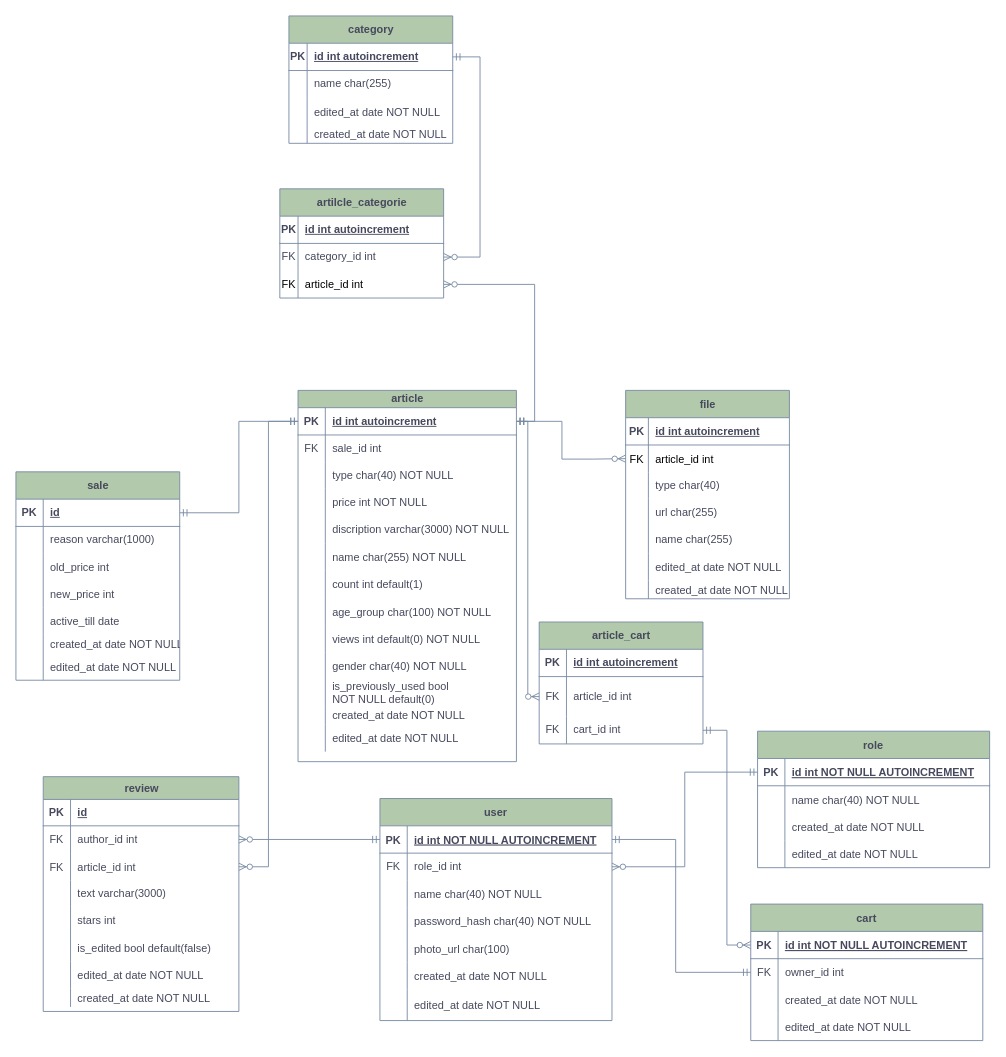
Above: online-store.drawio in mkloz/online-store-backend (draw.io), before the change. Source tidied: cells renumbered, new cells numbered last; positions are measured from the earlier drawing's top-left corner, leaving out a move shared by most shapes. Both pictures are drawn from the tidied source at 91%, with x=0, y=0 at pixel (15, 15).
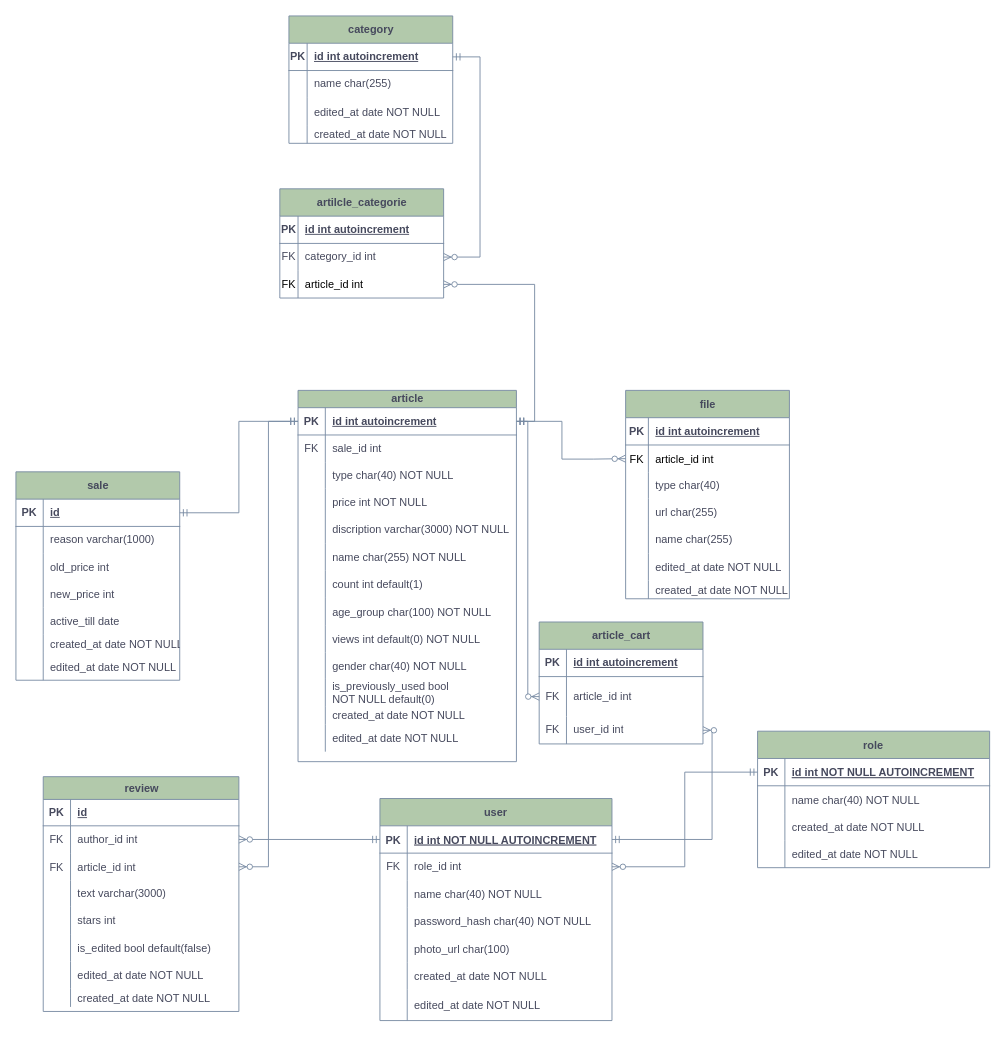
The same page after the edit.

Unchanged cells that the change refers to:
```xml
<mxCell id="91" style="shape=partialRectangle;fillColor=none;points=[[0,0.5],[1,0.5]];portConstraint=eastwest;top=0;left=0;right=0;bottom=1;rounded=0;labelBackgroundColor=none;strokeColor=#788AA3;fontColor=#46495D;" parent="90" vertex="1">
  <mxGeometry y="30" width="255" height="30" as="geometry" />
</mxCell>
<mxCell id="171" style="shape=tableRow;horizontal=0;startSize=0;swimlaneHead=0;swimlaneBody=0;fillColor=none;points=[[0,0.5],[1,0.5]];portConstraint=eastwest;top=0;left=0;right=0;bottom=0;rounded=0;labelBackgroundColor=none;strokeColor=#788AA3;fontColor=#46495D;" parent="164" vertex="1">
  <mxGeometry y="104" width="180" height="30" as="geometry" />
</mxCell>
```

What changed in the source:
```diff
@@
-    <mxCell id="151" value="cart" style="shape=table;startSize=30;childLayout=tableLayout;rowLines=0;fontStyle=1;align=center;rounded=0;labelBackgroundColor=none;fillColor=#B2C9AB;strokeColor=#788AA3;fontColor=#46495D;" parent="1" vertex="1">
-      <mxGeometry x="807.5" y="976" width="255" height="150" as="geometry" />
-    </mxCell>
-    <mxCell id="152" style="shape=partialRectangle;fillColor=none;points=[[0,0.5],[1,0.5]];portConstraint=eastwest;top=0;left=0;right=0;bottom=1;rounded=0;labelBackgroundColor=none;strokeColor=#788AA3;fontColor=#46495D;" parent="151" vertex="1">
-      <mxGeometry y="30" width="255" height="30" as="geometry" />
-    </mxCell>
-    <mxCell id="153" value="PK" style="shape=partialRectangle;overflow=hidden;fillColor=none;top=0;left=0;bottom=0;right=0;fontStyle=1;rounded=0;labelBackgroundColor=none;strokeColor=#788AA3;fontColor=#46495D;" parent="152" vertex="1">
-      <mxGeometry width="30" height="30" as="geometry" />
-    </mxCell>
-    <mxCell id="154" value="id int NOT NULL AUTOINCREMENT" style="shape=partialRectangle;overflow=hidden;fillColor=none;top=0;left=0;bottom=0;right=0;align=left;spacingLeft=6;fontStyle=5;rounded=0;labelBackgroundColor=none;strokeColor=#788AA3;fontColor=#46495D;" parent="152" vertex="1">
-      <mxGeometry x="30" width="225" height="30" as="geometry" />
-    </mxCell>
-    <mxCell id="155" style="shape=tableRow;horizontal=0;startSize=0;swimlaneHead=0;swimlaneBody=0;fillColor=none;points=[[0,0.5],[1,0.5]];portConstraint=eastwest;top=0;left=0;right=0;bottom=0;rounded=0;labelBackgroundColor=none;strokeColor=#788AA3;fontColor=#46495D;" parent="151" vertex="1">
-      <mxGeometry y="60" width="255" height="30" as="geometry" />
-    </mxCell>
-    <mxCell id="156" value="FK" style="shape=partialRectangle;fillColor=none;top=0;left=0;bottom=0;right=0;overflow=hidden;rounded=0;labelBackgroundColor=none;strokeColor=#788AA3;fontColor=#46495D;" parent="155" vertex="1">
-      <mxGeometry width="30" height="30" as="geometry" />
-    </mxCell>
-    <mxCell id="157" value="owner_id int" style="shape=partialRectangle;fillColor=none;top=0;left=0;bottom=0;right=0;align=left;spacingLeft=6;overflow=hidden;rounded=0;labelBackgroundColor=none;strokeColor=#788AA3;fontColor=#46495D;" parent="155" vertex="1">
-      <mxGeometry x="30" width="225" height="30" as="geometry" />
-    </mxCell>
-    <mxCell id="158" style="shape=partialRectangle;fillColor=none;top=0;left=0;right=0;bottom=0;rounded=0;labelBackgroundColor=none;strokeColor=#788AA3;fontColor=#46495D;" parent="151" vertex="1">
-      <mxGeometry y="90" width="255" height="30" as="geometry" />
-    </mxCell>
-    <mxCell id="159" style="shape=partialRectangle;overflow=hidden;fillColor=none;top=0;left=0;bottom=0;right=0;rounded=0;labelBackgroundColor=none;strokeColor=#788AA3;fontColor=#46495D;" parent="158" vertex="1">
-      <mxGeometry width="30" height="30" as="geometry" />
-    </mxCell>
-    <mxCell id="160" value="created_at date NOT NULL" style="shape=partialRectangle;overflow=hidden;fillColor=none;top=0;left=0;bottom=0;right=0;align=left;spacingLeft=6;rounded=0;labelBackgroundColor=none;strokeColor=#788AA3;fontColor=#46495D;" parent="158" vertex="1">
-      <mxGeometry x="30" width="225" height="30" as="geometry" />
-    </mxCell>
-    <mxCell id="161" style="shape=partialRectangle;fillColor=none;top=0;left=0;right=0;bottom=0;rounded=0;labelBackgroundColor=none;strokeColor=#788AA3;fontColor=#46495D;" parent="151" vertex="1">
-      <mxGeometry y="120" width="255" height="30" as="geometry" />
-    </mxCell>
-    <mxCell id="162" style="shape=partialRectangle;overflow=hidden;fillColor=none;top=0;left=0;bottom=0;right=0;rounded=0;labelBackgroundColor=none;strokeColor=#788AA3;fontColor=#46495D;" parent="161" vertex="1">
-      <mxGeometry width="30" height="30" as="geometry" />
-    </mxCell>
-    <mxCell id="163" value="edited_at date NOT NULL" style="shape=partialRectangle;overflow=hidden;fillColor=none;top=0;left=0;bottom=0;right=0;align=left;spacingLeft=6;rounded=0;labelBackgroundColor=none;strokeColor=#788AA3;fontColor=#46495D;" parent="161" vertex="1">
-      <mxGeometry x="30" width="225" height="30" as="geometry" />
-    </mxCell>
@@
-    <mxCell id="173" value="cart_id int" style="shape=partialRectangle;fillColor=none;top=0;left=0;bottom=0;right=0;align=left;spacingLeft=6;overflow=hidden;whiteSpace=wrap;html=1;rounded=0;labelBackgroundColor=none;strokeColor=#788AA3;fontColor=#46495D;" parent="171" vertex="1">
+    <mxCell id="173" value="user_id int" style="shape=partialRectangle;fillColor=none;top=0;left=0;bottom=0;right=0;align=left;spacingLeft=6;overflow=hidden;whiteSpace=wrap;html=1;rounded=0;labelBackgroundColor=none;strokeColor=#788AA3;fontColor=#46495D;" parent="171" vertex="1">
       <mxGeometry x="30" width="150" height="30" as="geometry" />
     </mxCell>
@@
-    <mxCell id="175" style="edgeStyle=orthogonalEdgeStyle;fontSize=12;html=1;endArrow=ERzeroToMany;startArrow=ERmandOne;rounded=0;exitX=1;exitY=0.5;exitDx=0;exitDy=0;entryX=0;entryY=0.5;entryDx=0;entryDy=0;labelBackgroundColor=none;strokeColor=#788AA3;fontColor=default;" parent="1" edge="1" source="171" target="152">
-      <mxGeometry relative="1" as="geometry" />
-    </mxCell>
-    <mxCell id="176" style="edgeStyle=orthogonalEdgeStyle;fontSize=12;html=1;endArrow=ERmandOne;startArrow=ERmandOne;rounded=0;exitX=0;exitY=0.5;exitDx=0;exitDy=0;labelBackgroundColor=none;strokeColor=#788AA3;fontColor=default;entryX=1;entryY=0.5;entryDx=0;entryDy=0;" parent="1" edge="1" source="155" target="91">
-      <mxGeometry relative="1" as="geometry">
-        <Array as="points">
-          <mxPoint x="725" y="1051" />
-          <mxPoint x="725" y="905" />
-        </Array>
-      </mxGeometry>
-    </mxCell>
@@
+    <mxCell id="202" style="edgeStyle=orthogonalEdgeStyle;fontSize=12;html=1;endArrow=ERzeroToMany;startArrow=ERmandOne;rounded=0;exitX=1;exitY=0.5;exitDx=0;exitDy=0;entryX=1;entryY=0.5;entryDx=0;entryDy=0;labelBackgroundColor=none;strokeColor=#788AA3;fontColor=default;" parent="1" edge="1" source="91" target="171">
+      <mxGeometry relative="1" as="geometry" />
+    </mxCell>
```
